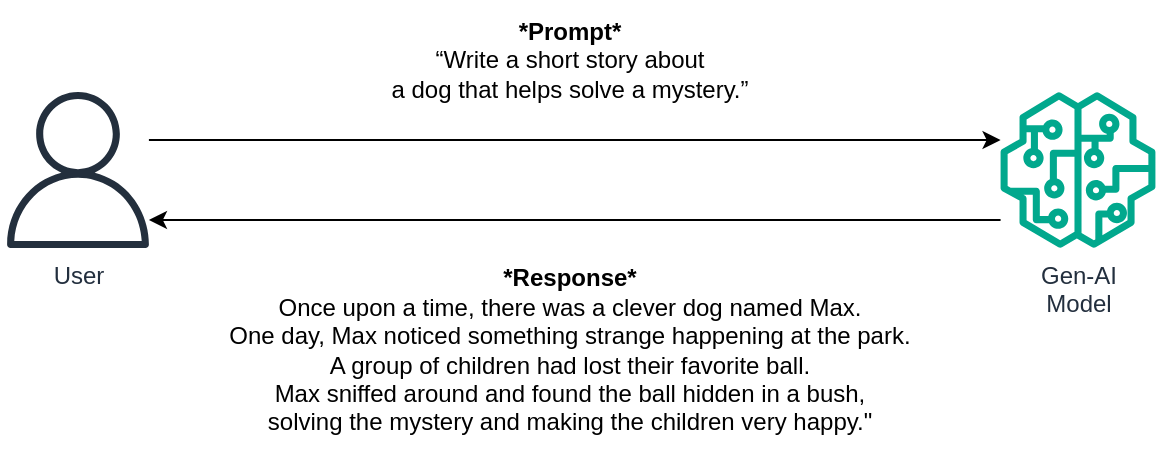
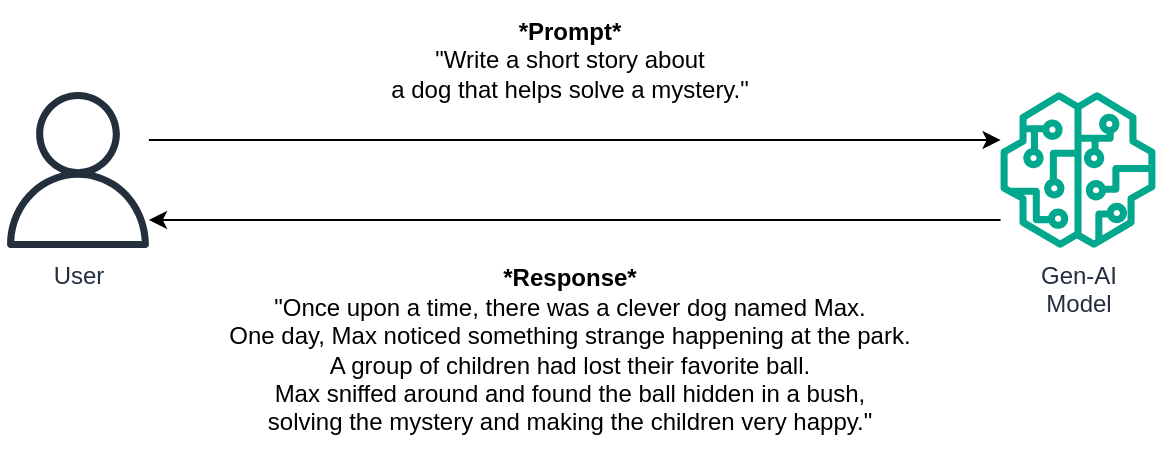
<mxfile host="Electron" agent="Mozilla/5.0 (Windows NT 10.0; Win64; x64) AppleWebKit/537.36 (KHTML, like Gecko) draw.io/29.6.6 Chrome/144.0.7559.236 Electron/40.8.4 Safari/537.36" version="29.6.6">
  <diagram name="Page-1" id="bUJU1mcPIXxP-tXHXkwE">
    <mxGraphModel dx="1224" dy="1219" grid="1" gridSize="10" guides="1" tooltips="1" connect="1" arrows="1" fold="1" page="1" pageScale="1" pageWidth="1100" pageHeight="850" math="0" shadow="0">
      <root>
        <mxCell id="0" />
        <mxCell id="1" parent="0" />
        <mxCell id="kBConAJbjY3tO21uIImP-3" edge="1" parent="1" source="kBConAJbjY3tO21uIImP-1" style="edgeStyle=orthogonalEdgeStyle;rounded=0;orthogonalLoop=1;jettySize=auto;html=1;" target="kBConAJbjY3tO21uIImP-2">
          <mxGeometry relative="1" as="geometry">
            <Array as="points">
              <mxPoint x="551" y="380" />
              <mxPoint x="551" y="380" />
            </Array>
          </mxGeometry>
        </mxCell>
        <mxCell id="kBConAJbjY3tO21uIImP-1" parent="1" style="sketch=0;outlineConnect=0;fontColor=#232F3E;gradientColor=none;fillColor=#232F3D;strokeColor=none;dashed=0;verticalLabelPosition=bottom;verticalAlign=top;align=center;html=1;fontSize=12;fontStyle=0;aspect=fixed;pointerEvents=1;shape=mxgraph.aws4.user;" value="User" vertex="1">
          <mxGeometry height="78" width="78" x="261" y="356" as="geometry" />
        </mxCell>
        <mxCell id="kBConAJbjY3tO21uIImP-4" edge="1" parent="1" source="kBConAJbjY3tO21uIImP-2" style="edgeStyle=orthogonalEdgeStyle;rounded=0;orthogonalLoop=1;jettySize=auto;html=1;" target="kBConAJbjY3tO21uIImP-1">
          <mxGeometry relative="1" as="geometry">
            <Array as="points">
              <mxPoint x="551" y="420" />
              <mxPoint x="551" y="420" />
            </Array>
          </mxGeometry>
        </mxCell>
        <mxCell id="kBConAJbjY3tO21uIImP-2" parent="1" style="sketch=0;outlineConnect=0;fontColor=#232F3E;gradientColor=none;fillColor=#01A88D;strokeColor=none;dashed=0;verticalLabelPosition=bottom;verticalAlign=top;align=center;html=1;fontSize=12;fontStyle=0;aspect=fixed;pointerEvents=1;shape=mxgraph.aws4.sagemaker_model;" value="&lt;div&gt;Gen-AI&lt;/div&gt;&lt;div&gt;Model&lt;/div&gt;" vertex="1">
          <mxGeometry height="78" width="78" x="761" y="356" as="geometry" />
        </mxCell>
-         <mxCell id="kBConAJbjY3tO21uIImP-5" parent="1" style="text;html=1;whiteSpace=wrap;strokeColor=none;fillColor=none;align=center;verticalAlign=middle;rounded=0;" value="&lt;div&gt;&lt;b&gt;*Prompt*&lt;/b&gt;&lt;/div&gt;&lt;div&gt;“Write a short story about&lt;/div&gt;&lt;div&gt;a dog that helps solve a mystery.”&lt;/div&gt;" vertex="1">
+         <mxCell id="kBConAJbjY3tO21uIImP-5" parent="1" style="text;html=1;whiteSpace=wrap;strokeColor=none;fillColor=none;align=center;verticalAlign=middle;rounded=0;" value="&lt;div&gt;&lt;b&gt;*Prompt*&lt;/b&gt;&lt;/div&gt;&lt;div&gt;&quot;Write a short story about&lt;/div&gt;&lt;div&gt;a dog that helps solve a mystery.&quot;&lt;/div&gt;" vertex="1">
          <mxGeometry height="60" width="250" x="421" y="310" as="geometry" />
        </mxCell>
-         <mxCell id="kBConAJbjY3tO21uIImP-6" parent="1" style="text;html=1;whiteSpace=wrap;strokeColor=none;fillColor=none;align=center;verticalAlign=middle;rounded=0;" value="&lt;b&gt;*Response*&lt;/b&gt;&lt;br&gt;Once upon a time, there was a clever dog named Max.&lt;br&gt;One day, Max noticed something strange happening at the park.&lt;br&gt;A group of children had lost their favorite ball.&lt;br&gt;Max sniffed around and found the ball hidden in a bush,&lt;br&gt;solving the mystery and making the children very happy.&quot;" vertex="1">
+         <mxCell id="kBConAJbjY3tO21uIImP-6" parent="1" style="text;html=1;whiteSpace=wrap;strokeColor=none;fillColor=none;align=center;verticalAlign=middle;rounded=0;" value="&lt;b&gt;*Response*&lt;/b&gt;&lt;br&gt;&quot;Once upon a time, there was a clever dog named Max.&lt;br&gt;One day, Max noticed something strange happening at the park.&lt;br&gt;A group of children had lost their favorite ball.&lt;br&gt;Max sniffed around and found the ball hidden in a bush,&lt;br&gt;solving the mystery and making the children very happy.&quot;" vertex="1">
          <mxGeometry height="110" width="350" x="371" y="430" as="geometry" />
        </mxCell>
      </root>
    </mxGraphModel>
  </diagram>
</mxfile>
